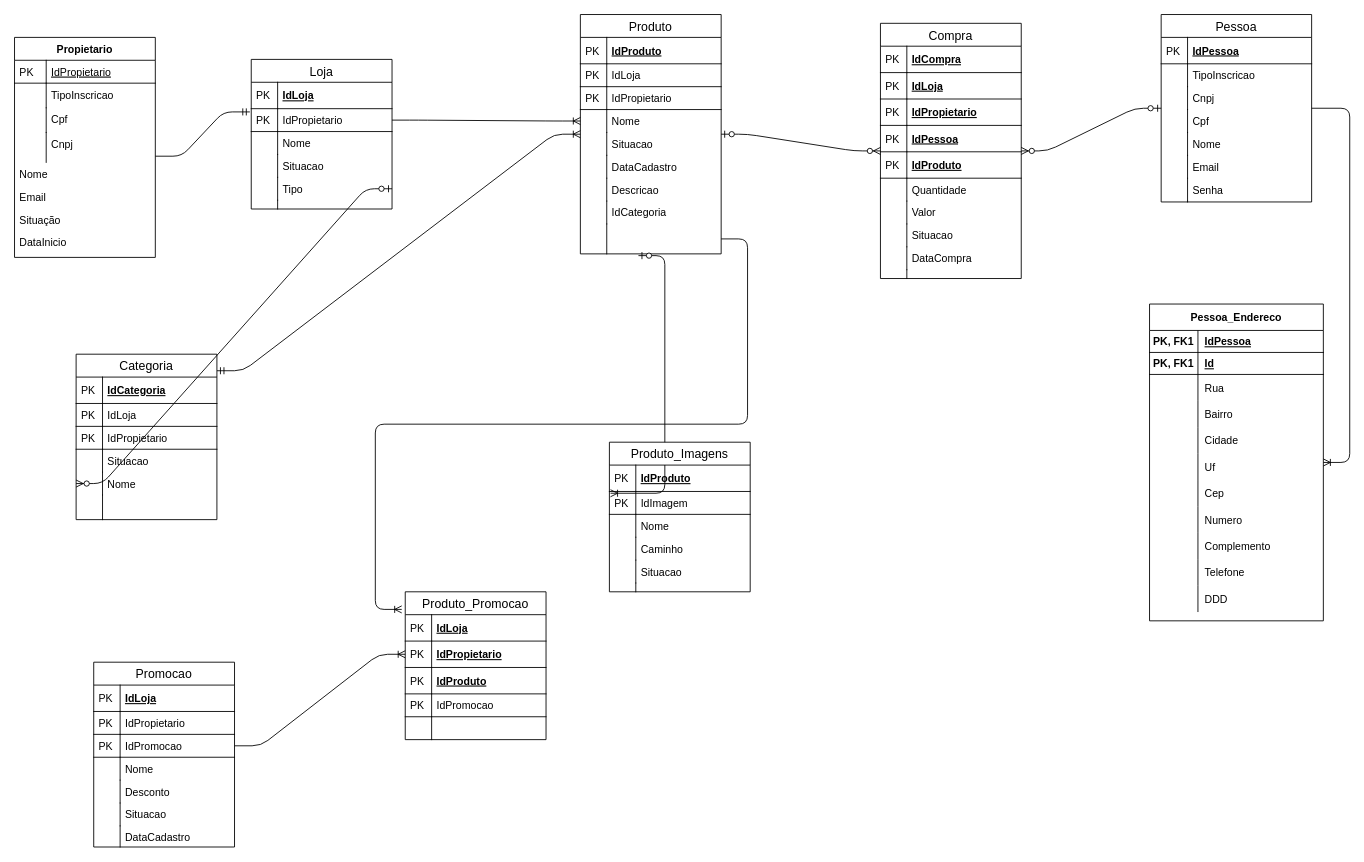
Above: Documentação/Diagramas/MER.drawio in jsilvastasiak/E-shopping (draw.io), before the change. Source tidied: cells renumbered, new cells numbered last; positions are measured from the earlier drawing's top-left corner, leaving out a move shared by most shapes. Both pictures are drawn from the tidied source at 88%, with x=0, y=0 at pixel (14, 14).
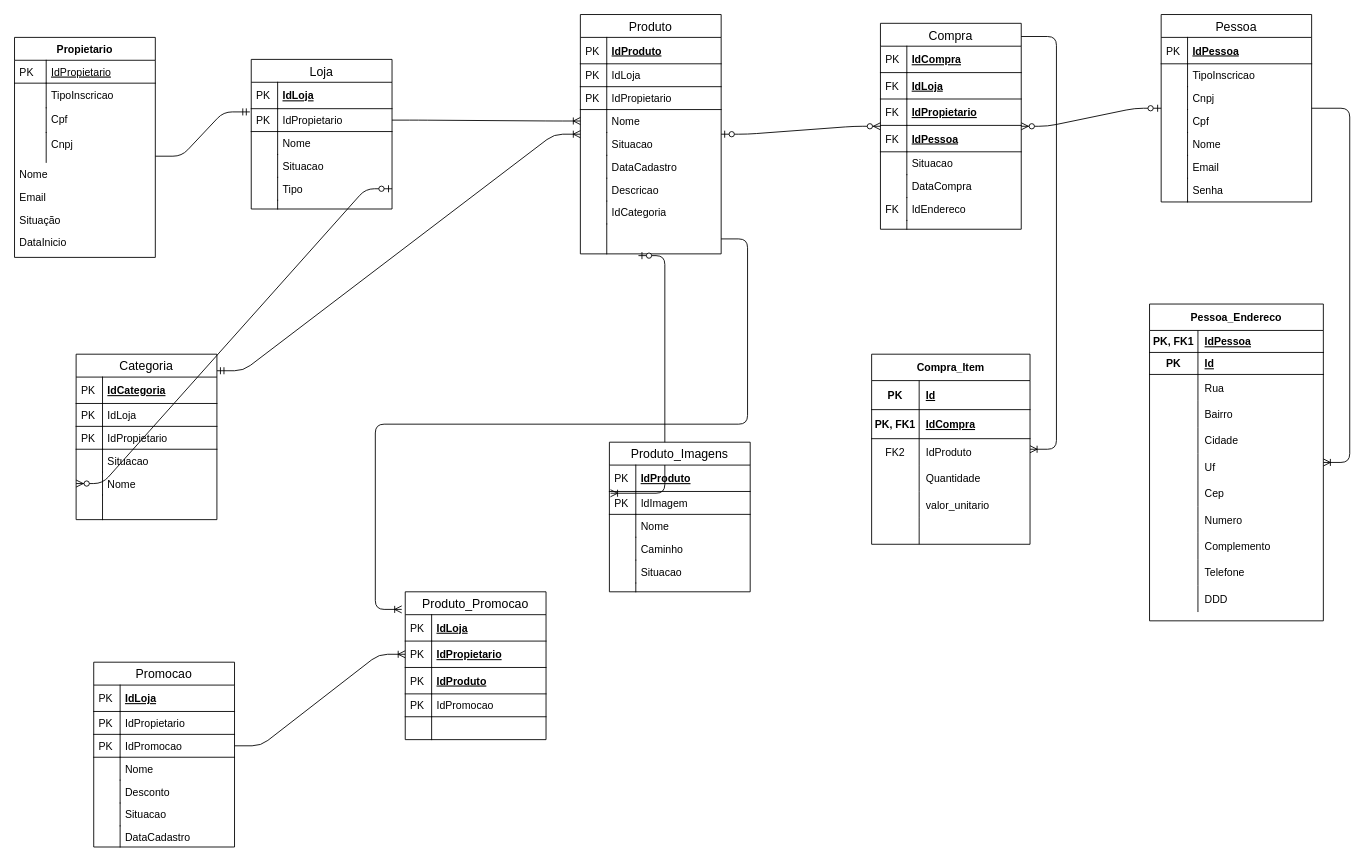
Above is the later version.

Commit message (it also covers changes not shown here):
Processo de compra guardando os items da compra selecionado no carrinho, gravando o endereco

Unchanged cells that the change refers to:
```xml
<mxCell id="55" value="IdLoja" style="shape=partialRectangle;top=0;left=0;right=0;bottom=1;align=left;verticalAlign=middle;fillColor=none;spacingLeft=34;spacingRight=4;overflow=hidden;fontStyle=5;fontSize=12;" parent="52" vertex="1">
  <mxGeometry y="56" width="160" height="30" as="geometry" />
</mxCell>
<mxCell id="57" value="IdPropietario" style="shape=partialRectangle;top=0;left=0;right=0;bottom=1;align=left;verticalAlign=middle;fillColor=none;spacingLeft=34;spacingRight=4;overflow=hidden;fontStyle=5;fontSize=12;" parent="52" vertex="1">
  <mxGeometry y="86" width="160" height="30" as="geometry" />
</mxCell>
<mxCell id="59" value="IdPessoa" style="shape=partialRectangle;top=0;left=0;right=0;bottom=1;align=left;verticalAlign=middle;fillColor=none;spacingLeft=34;spacingRight=4;overflow=hidden;fontStyle=5;fontSize=12;" parent="52" vertex="1">
  <mxGeometry y="116" width="160" height="30" as="geometry" />
</mxCell>
<mxCell id="107" style="shape=partialRectangle;fillColor=none;top=0;left=0;bottom=1;right=0;" parent="103" vertex="1">
  <mxGeometry y="55" width="197.5" height="25" as="geometry" />
</mxCell>
```

Change to the diagram source:
```diff
@@
     <mxCell id="52" value="Compra" style="swimlane;fontStyle=0;horizontal=1;startSize=26;align=center;fontSize=14;" parent="1" vertex="1">
-      <mxGeometry x="984" y="10" width="160" height="290" as="geometry" />
+      <mxGeometry x="984" y="10" width="160" height="234" as="geometry" />
     </mxCell>
@@
-    <mxCell id="56" value="PK" style="shape=partialRectangle;top=0;left=0;bottom=0;fillColor=none;align=left;verticalAlign=middle;spacingLeft=4;spacingRight=4;overflow=hidden;fontSize=12;" parent="55" vertex="1">
+    <mxCell id="56" value="FK" style="shape=partialRectangle;top=0;left=0;bottom=0;fillColor=none;align=left;verticalAlign=middle;spacingLeft=4;spacingRight=4;overflow=hidden;fontSize=12;" parent="55" vertex="1">
       <mxGeometry width="30" height="30" as="geometry" />
     </mxCell>
@@
-    <mxCell id="58" value="PK" style="shape=partialRectangle;top=0;left=0;bottom=0;fillColor=none;align=left;verticalAlign=middle;spacingLeft=4;spacingRight=4;overflow=hidden;fontSize=12;" parent="57" vertex="1">
+    <mxCell id="58" value="FK" style="shape=partialRectangle;top=0;left=0;bottom=0;fillColor=none;align=left;verticalAlign=middle;spacingLeft=4;spacingRight=4;overflow=hidden;fontSize=12;" parent="57" vertex="1">
       <mxGeometry width="30" height="30" as="geometry" />
     </mxCell>
@@
-    <mxCell id="60" value="PK" style="shape=partialRectangle;top=0;left=0;bottom=0;fillColor=none;align=left;verticalAlign=middle;spacingLeft=4;spacingRight=4;overflow=hidden;fontSize=12;" parent="59" vertex="1">
+    <mxCell id="60" value="FK" style="shape=partialRectangle;top=0;left=0;bottom=0;fillColor=none;align=left;verticalAlign=middle;spacingLeft=4;spacingRight=4;overflow=hidden;fontSize=12;" parent="59" vertex="1">
       <mxGeometry width="30" height="30" as="geometry" />
     </mxCell>
-    <mxCell id="61" value="IdProduto" style="shape=partialRectangle;top=0;left=0;right=0;bottom=1;align=left;verticalAlign=middle;fillColor=none;spacingLeft=34;spacingRight=4;overflow=hidden;fontStyle=5;fontSize=12;" parent="52" vertex="1">
-      <mxGeometry y="146" width="160" height="30" as="geometry" />
-    </mxCell>
-    <mxCell id="62" value="PK" style="shape=partialRectangle;top=0;left=0;bottom=0;fillColor=none;align=left;verticalAlign=middle;spacingLeft=4;spacingRight=4;overflow=hidden;fontSize=12;" parent="61" vertex="1">
-      <mxGeometry width="30" height="30" as="geometry" />
-    </mxCell>
-    <mxCell id="63" value="Quantidade" style="shape=partialRectangle;top=0;left=0;right=0;bottom=0;align=left;verticalAlign=top;fillColor=none;spacingLeft=34;spacingRight=4;overflow=hidden;fontSize=12;" parent="52" vertex="1">
-      <mxGeometry y="176" width="160" height="26" as="geometry" />
-    </mxCell>
-    <mxCell id="64" style="shape=partialRectangle;top=0;left=0;bottom=0;fillColor=none;align=left;verticalAlign=top;spacingLeft=4;spacingRight=4;overflow=hidden;fontSize=12;" parent="63" vertex="1">
-      <mxGeometry width="30" height="26" as="geometry" />
-    </mxCell>
-    <mxCell id="65" value="Valor" style="shape=partialRectangle;top=0;left=0;right=0;bottom=0;align=left;verticalAlign=top;fillColor=none;spacingLeft=34;spacingRight=4;overflow=hidden;fontSize=12;" parent="52" vertex="1">
-      <mxGeometry y="202" width="160" height="26" as="geometry" />
-    </mxCell>
-    <mxCell id="66" style="shape=partialRectangle;top=0;left=0;bottom=0;fillColor=none;align=left;verticalAlign=top;spacingLeft=4;spacingRight=4;overflow=hidden;fontSize=12;" parent="65" vertex="1">
-      <mxGeometry width="30" height="26" as="geometry" />
-    </mxCell>
     <mxCell id="67" value="Situacao" style="shape=partialRectangle;top=0;left=0;right=0;bottom=0;align=left;verticalAlign=top;fillColor=none;spacingLeft=34;spacingRight=4;overflow=hidden;fontSize=12;" parent="52" vertex="1">
-      <mxGeometry y="228" width="160" height="26" as="geometry" />
+      <mxGeometry y="146" width="160" height="26" as="geometry" />
     </mxCell>
@@
     <mxCell id="69" value="DataCompra" style="shape=partialRectangle;top=0;left=0;right=0;bottom=0;align=left;verticalAlign=top;fillColor=none;spacingLeft=34;spacingRight=4;overflow=hidden;fontSize=12;" parent="52" vertex="1">
-      <mxGeometry y="254" width="160" height="26" as="geometry" />
+      <mxGeometry y="172" width="160" height="26" as="geometry" />
     </mxCell>
@@
+    <mxCell id="181" value="IdEndereco" style="shape=partialRectangle;top=0;left=0;right=0;bottom=0;align=left;verticalAlign=top;fillColor=none;spacingLeft=34;spacingRight=4;overflow=hidden;fontSize=12;" parent="52" vertex="1">
+      <mxGeometry y="198" width="160" height="26" as="geometry" />
+    </mxCell>
+    <mxCell id="182" value="FK" style="shape=partialRectangle;top=0;left=0;bottom=0;fillColor=none;align=left;verticalAlign=top;spacingLeft=4;spacingRight=4;overflow=hidden;fontSize=12;" parent="181" vertex="1">
+      <mxGeometry width="30" height="26" as="geometry" />
+    </mxCell>
     <mxCell id="71" style="shape=partialRectangle;top=0;left=0;right=0;bottom=0;align=left;verticalAlign=top;fillColor=none;spacingLeft=34;spacingRight=4;overflow=hidden;fontSize=12;" parent="52" vertex="1">
-      <mxGeometry y="280" width="160" height="10" as="geometry" />
+      <mxGeometry y="224" width="160" height="10" as="geometry" />
     </mxCell>
@@
-    <mxCell id="108" value="PK, FK1" style="shape=partialRectangle;fillColor=none;top=0;left=0;bottom=0;right=0;fontStyle=1;overflow=hidden;" parent="107" vertex="1">
+    <mxCell id="108" value="PK" style="shape=partialRectangle;fillColor=none;top=0;left=0;bottom=0;right=0;fontStyle=1;overflow=hidden;" parent="107" vertex="1">
       <mxGeometry width="55" height="25" as="geometry" />
     </mxCell>
@@
+    <mxCell id="183" value="Compra_Item" style="shape=table;startSize=30;childLayout=tableLayout;rowLines=0;fontStyle=1;align=center;" parent="1" vertex="1">
+      <mxGeometry x="974" y="386" width="180" height="216" as="geometry" />
+    </mxCell>
+    <mxCell id="184" style="shape=partialRectangle;fillColor=none;top=0;left=0;bottom=1;right=0;" parent="183" vertex="1">
+      <mxGeometry y="30" width="180" height="33" as="geometry" />
+    </mxCell>
+    <mxCell id="62" value="PK" style="shape=partialRectangle;fillColor=none;top=0;left=0;bottom=0;right=0;fontStyle=1;overflow=hidden;" parent="184" vertex="1">
+      <mxGeometry width="54" height="33" as="geometry" />
+    </mxCell>
+    <mxCell id="185" value="Id" style="shape=partialRectangle;fillColor=none;top=0;left=0;bottom=0;right=0;align=left;spacingLeft=6;fontStyle=5;overflow=hidden;" parent="184" vertex="1">
+      <mxGeometry x="54" width="126" height="33" as="geometry" />
+    </mxCell>
+    <mxCell id="186" style="shape=partialRectangle;fillColor=none;top=0;left=0;bottom=1;right=0;" parent="183" vertex="1">
+      <mxGeometry y="63" width="180" height="33" as="geometry" />
+    </mxCell>
+    <mxCell id="187" value="PK, FK1" style="shape=partialRectangle;fillColor=none;top=0;left=0;bottom=0;right=0;fontStyle=1;overflow=hidden;" parent="186" vertex="1">
+      <mxGeometry width="54" height="33" as="geometry" />
+    </mxCell>
+    <mxCell id="188" value="IdCompra" style="shape=partialRectangle;fillColor=none;top=0;left=0;bottom=0;right=0;align=left;spacingLeft=6;fontStyle=5;overflow=hidden;" parent="186" vertex="1">
+      <mxGeometry x="54" width="126" height="33" as="geometry" />
+    </mxCell>
+    <mxCell id="189" style="shape=partialRectangle;fillColor=none;top=0;left=0;bottom=0;right=0;" parent="183" vertex="1">
+      <mxGeometry y="96" width="180" height="30" as="geometry" />
+    </mxCell>
+    <mxCell id="190" value="FK2" style="shape=partialRectangle;fillColor=none;top=0;left=0;bottom=0;right=0;overflow=hidden;" parent="189" vertex="1">
+      <mxGeometry width="54" height="30" as="geometry" />
+    </mxCell>
+    <mxCell id="61" value="IdProduto" style="shape=partialRectangle;fillColor=none;top=0;left=0;bottom=0;right=0;align=left;spacingLeft=6;overflow=hidden;" parent="189" vertex="1">
+      <mxGeometry x="54" width="126" height="30" as="geometry" />
+    </mxCell>
+    <mxCell id="191" style="shape=partialRectangle;fillColor=none;top=0;left=0;bottom=0;right=0;" parent="183" vertex="1">
+      <mxGeometry y="126" width="180" height="30" as="geometry" />
+    </mxCell>
+    <mxCell id="192" style="shape=partialRectangle;fillColor=none;top=0;left=0;bottom=0;right=0;overflow=hidden;" parent="191" vertex="1">
+      <mxGeometry width="54" height="30" as="geometry" />
+    </mxCell>
+    <mxCell id="63" value="Quantidade" style="shape=partialRectangle;fillColor=none;top=0;left=0;bottom=0;right=0;align=left;spacingLeft=6;overflow=hidden;" parent="191" vertex="1">
+      <mxGeometry x="54" width="126" height="30" as="geometry" />
+    </mxCell>
+    <mxCell id="193" style="shape=partialRectangle;fillColor=none;top=0;left=0;bottom=0;right=0;" parent="183" vertex="1">
+      <mxGeometry y="156" width="180" height="30" as="geometry" />
+    </mxCell>
+    <mxCell id="194" style="shape=partialRectangle;fillColor=none;top=0;left=0;bottom=0;right=0;overflow=hidden;" parent="193" vertex="1">
+      <mxGeometry width="54" height="30" as="geometry" />
+    </mxCell>
+    <mxCell id="195" value="valor_unitario" style="shape=partialRectangle;fillColor=none;top=0;left=0;bottom=0;right=0;align=left;spacingLeft=6;overflow=hidden;" parent="193" vertex="1">
+      <mxGeometry x="54" width="126" height="30" as="geometry" />
+    </mxCell>
+    <mxCell id="196" style="shape=partialRectangle;fillColor=none;top=0;left=0;bottom=0;right=0;" parent="183" vertex="1">
+      <mxGeometry y="186" width="180" height="30" as="geometry" />
+    </mxCell>
+    <mxCell id="197" style="shape=partialRectangle;fillColor=none;top=0;left=0;bottom=0;right=0;overflow=hidden;" parent="196" vertex="1">
+      <mxGeometry width="54" height="30" as="geometry" />
+    </mxCell>
+    <mxCell id="198" style="shape=partialRectangle;fillColor=none;top=0;left=0;bottom=0;right=0;align=left;spacingLeft=6;overflow=hidden;" parent="196" vertex="1">
+      <mxGeometry x="54" width="126" height="30" as="geometry" />
+    </mxCell>
+    <mxCell id="199" style="edgeStyle=entityRelationEdgeStyle;fontSize=12;html=1;endArrow=ERoneToMany;exitX=1;exitY=0.064;exitDx=0;exitDy=0;exitPerimeter=0;" parent="1" edge="1" source="52" target="183">
+      <mxGeometry relative="1" as="geometry" />
+    </mxCell>
```
